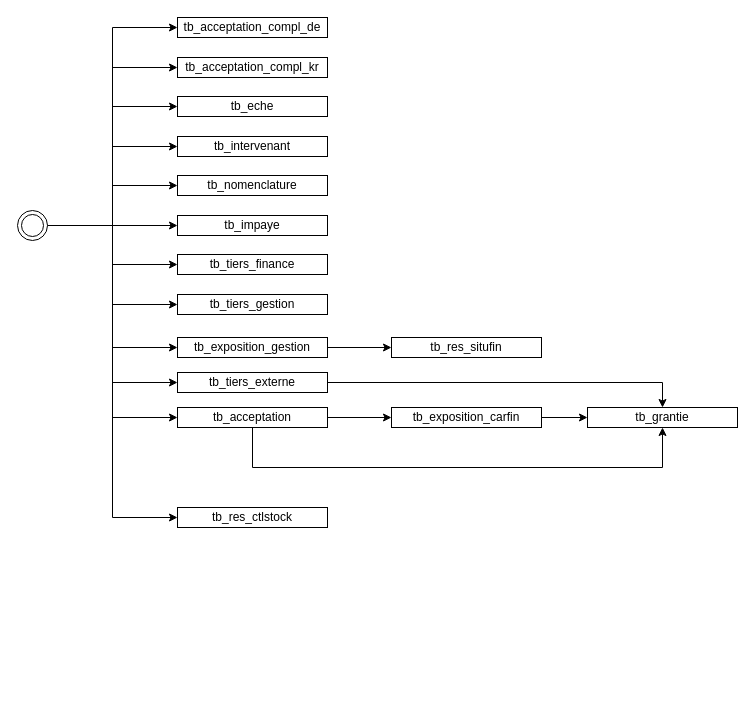
wunyu/drawio keeps this draw.io diagram as page "loading_order" (1 of 22) of schema_laurent.drawio. Above is the earlier version. Source tidied: cells renumbered, new cells numbered last; positions are measured from the earlier drawing's top-left corner, leaving out a move shared by most shapes. Both pictures are drawn from the tidied source at 100%, with x=0, y=0 at pixel (17, 17).
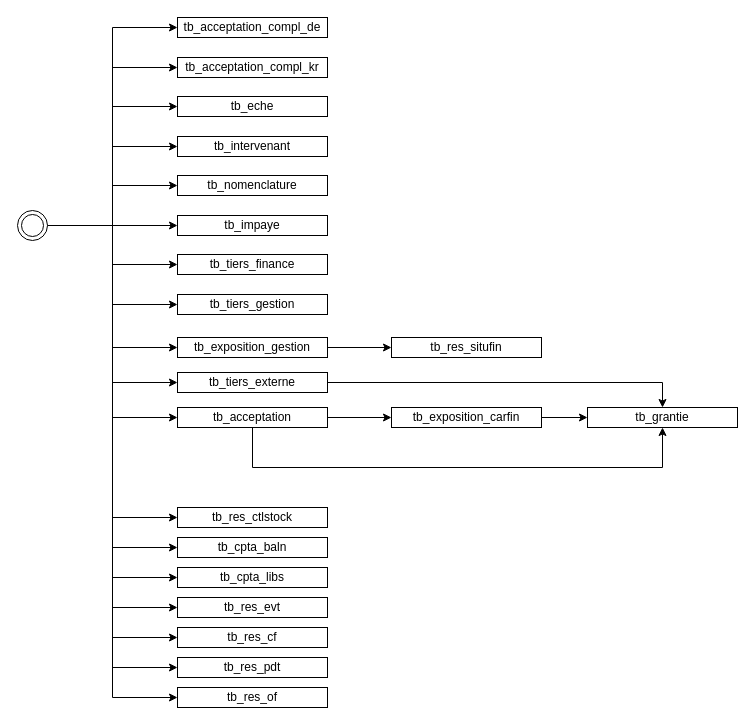
Above is the later version.

The change refers to these unchanged cells:
```xml
<mxCell id="33" style="ellipse;shape=doubleEllipse;html=1;dashed=0;whiteSpace=wrap;" parent="1" vertex="1">
  <mxGeometry y="193" width="30" height="30" as="geometry" />
</mxCell>
```

Diff of the diagram source:
```diff
@@
+    <mxCell id="35" style="edgeStyle=orthogonalEdgeStyle;rounded=0;jettySize=auto;html=1;entryX=0;entryY=0.5;entryDx=0;entryDy=0;" parent="1" edge="1" source="33" target="41">
+      <mxGeometry relative="1" as="geometry" />
+    </mxCell>
+    <mxCell id="36" style="edgeStyle=orthogonalEdgeStyle;rounded=0;jettySize=auto;html=1;entryX=0;entryY=0.5;entryDx=0;entryDy=0;" parent="1" edge="1" source="33" target="42">
+      <mxGeometry relative="1" as="geometry" />
+    </mxCell>
+    <mxCell id="37" style="edgeStyle=orthogonalEdgeStyle;rounded=0;jettySize=auto;html=1;entryX=0;entryY=0.5;entryDx=0;entryDy=0;" parent="1" edge="1" source="33" target="43">
+      <mxGeometry relative="1" as="geometry" />
+    </mxCell>
+    <mxCell id="38" style="edgeStyle=orthogonalEdgeStyle;rounded=0;jettySize=auto;html=1;entryX=0;entryY=0.5;entryDx=0;entryDy=0;" parent="1" edge="1" source="33" target="44">
+      <mxGeometry relative="1" as="geometry" />
+    </mxCell>
+    <mxCell id="39" style="edgeStyle=orthogonalEdgeStyle;rounded=0;jettySize=auto;html=1;entryX=0;entryY=0.5;entryDx=0;entryDy=0;" parent="1" edge="1" source="33" target="45">
+      <mxGeometry relative="1" as="geometry" />
+    </mxCell>
+    <mxCell id="40" style="edgeStyle=orthogonalEdgeStyle;rounded=0;jettySize=auto;html=1;entryX=0;entryY=0.5;entryDx=0;entryDy=0;" parent="1" edge="1" source="33" target="46">
+      <mxGeometry relative="1" as="geometry" />
+    </mxCell>
@@
+    <mxCell id="41" value="tb_cpta_baln" style="whiteSpace=wrap;html=1;" parent="1" vertex="1">
+      <mxGeometry x="160" y="520" width="150" height="20" as="geometry" />
+    </mxCell>
+    <mxCell id="42" value="tb_cpta_libs" style="whiteSpace=wrap;html=1;" parent="1" vertex="1">
+      <mxGeometry x="160" y="550" width="150" height="20" as="geometry" />
+    </mxCell>
+    <mxCell id="43" value="tb_res_evt" style="whiteSpace=wrap;html=1;" parent="1" vertex="1">
+      <mxGeometry x="160" y="580" width="150" height="20" as="geometry" />
+    </mxCell>
+    <mxCell id="44" value="tb_res_cf" style="whiteSpace=wrap;html=1;" parent="1" vertex="1">
+      <mxGeometry x="160" y="610" width="150" height="20" as="geometry" />
+    </mxCell>
+    <mxCell id="45" value="tb_res_pdt" style="whiteSpace=wrap;html=1;" parent="1" vertex="1">
+      <mxGeometry x="160" y="640" width="150" height="20" as="geometry" />
+    </mxCell>
+    <mxCell id="46" value="tb_res_of" style="whiteSpace=wrap;html=1;" parent="1" vertex="1">
+      <mxGeometry x="160" y="670" width="150" height="20" as="geometry" />
+    </mxCell>
```
